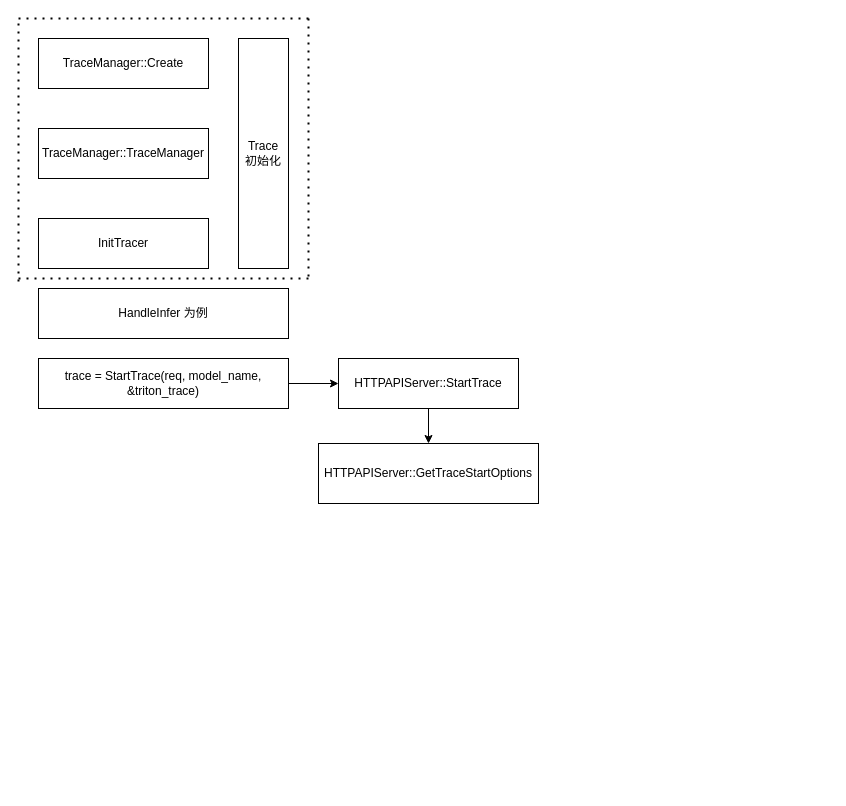
This is trace.drawio from xiazi-yu/triton-server-read, a draw.io file, before an edit. Source tidied: cells renumbered, new cells numbered last; positions are measured from the earlier drawing's top-left corner, leaving out a move shared by most shapes. Both pictures are drawn from the tidied source at 100%, with x=0, y=0 at pixel (18, 18).
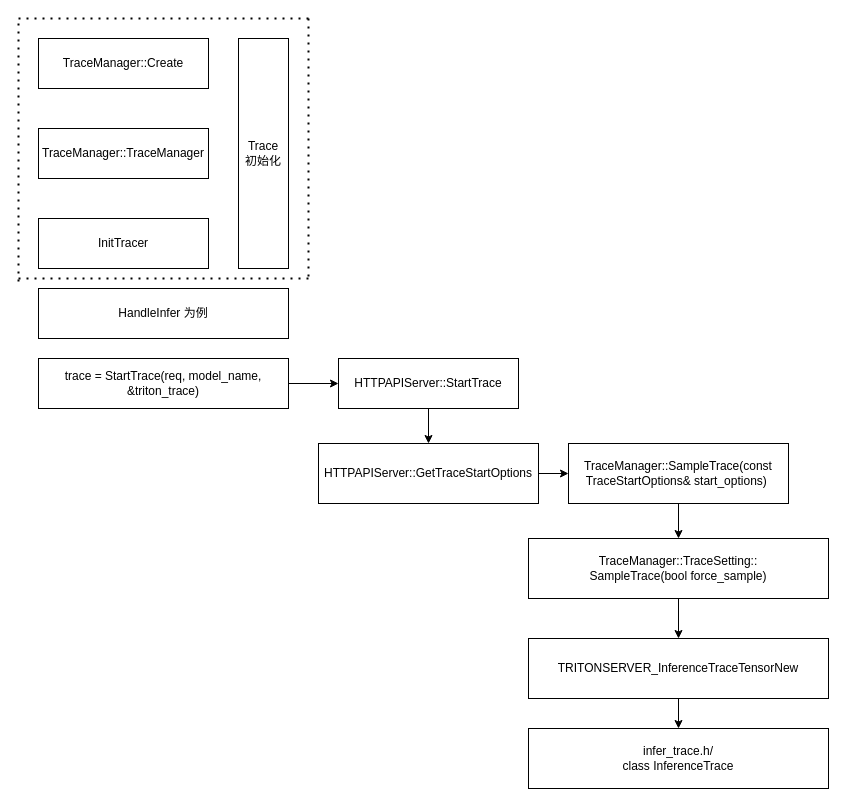
Above is the later version.

The change refers to these unchanged cells:
```xml
<mxCell id="15" value="HTTPAPIServer::GetTraceStartOptions" style="rounded=0;whiteSpace=wrap;html=1;" parent="1" vertex="1">
  <mxGeometry x="300" y="425" width="220" height="60" as="geometry" />
</mxCell>
```

The edit, as a diff of the source:
```diff
@@
+    <mxCell id="16" style="edgeStyle=orthogonalEdgeStyle;rounded=0;jettySize=auto;html=1;" parent="1" edge="1" source="15" target="18">
+      <mxGeometry relative="1" as="geometry" />
+    </mxCell>
@@
+    <mxCell id="17" style="edgeStyle=orthogonalEdgeStyle;rounded=0;jettySize=auto;html=1;" parent="1" edge="1" source="18" target="20">
+      <mxGeometry relative="1" as="geometry" />
+    </mxCell>
+    <mxCell id="18" value="TraceManager::SampleTrace(const TraceStartOptions&amp;amp; start_options)&amp;nbsp;" style="rounded=0;whiteSpace=wrap;html=1;" parent="1" vertex="1">
+      <mxGeometry x="550" y="425" width="220" height="60" as="geometry" />
+    </mxCell>
+    <mxCell id="19" style="edgeStyle=orthogonalEdgeStyle;rounded=0;jettySize=auto;html=1;" parent="1" edge="1" source="20" target="22">
+      <mxGeometry relative="1" as="geometry" />
+    </mxCell>
+    <mxCell id="20" value="TraceManager::TraceSetting::&lt;div&gt;SampleTrace(bool force_sample)&lt;/div&gt;" style="rounded=0;whiteSpace=wrap;html=1;" parent="1" vertex="1">
+      <mxGeometry x="510" y="520" width="300" height="60" as="geometry" />
+    </mxCell>
+    <mxCell id="21" style="edgeStyle=orthogonalEdgeStyle;rounded=0;jettySize=auto;html=1;" parent="1" edge="1" source="22" target="23">
+      <mxGeometry relative="1" as="geometry" />
+    </mxCell>
+    <mxCell id="22" value="TRITONSERVER_InferenceTraceTensorNew" style="rounded=0;whiteSpace=wrap;html=1;" parent="1" vertex="1">
+      <mxGeometry x="510" y="620" width="300" height="60" as="geometry" />
+    </mxCell>
+    <mxCell id="23" value="&lt;div&gt;infer_trace.h/&lt;/div&gt;class InferenceTrace" style="rounded=0;whiteSpace=wrap;html=1;" parent="1" vertex="1">
+      <mxGeometry x="510" y="710" width="300" height="60" as="geometry" />
+    </mxCell>
```
